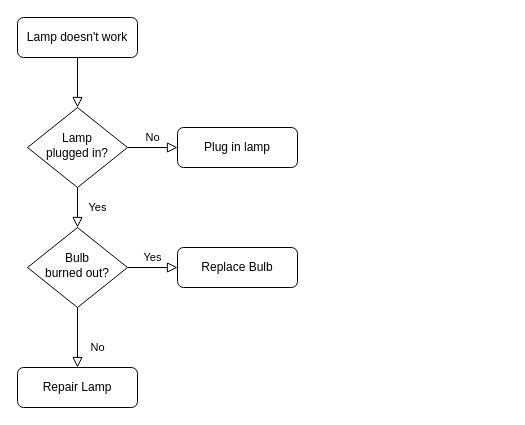
Above: 未命名绘图.drawio in huoguojun123/draw.io-achievement (draw.io), before the change. Source tidied: cells renumbered, new cells numbered last; positions are measured from the earlier drawing's top-left corner, leaving out a move shared by most shapes. Both pictures are drawn from the tidied source at 100%, with x=0, y=0 at pixel (17, 17).
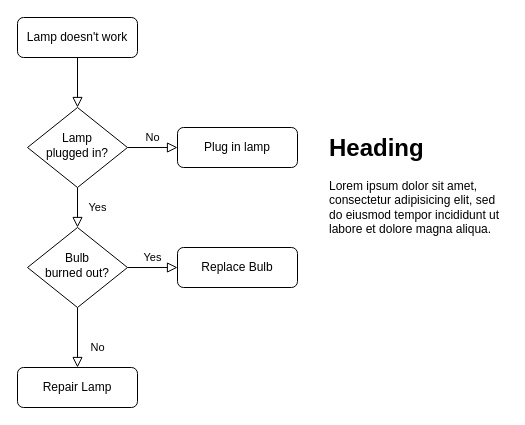
The same diagram, later.

Commit message:
更新未命名绘图.drawio

Diff of the diagram source:
```diff
@@
 <mxGraphModel>
   <root>
     <mxCell id="0" />
     <mxCell id="1" parent="0" />
     <mxCell id="2" style="rounded=0;html=1;jettySize=auto;fontSize=11;endArrow=block;endFill=0;endSize=8;strokeWidth=1;shadow=0;labelBackgroundColor=none;edgeStyle=orthogonalEdgeStyle;" parent="1" edge="1" source="3" target="6">
       <mxGeometry relative="1" as="geometry" />
     </mxCell>
     <mxCell id="3" value="Lamp doesn't work" style="rounded=1;whiteSpace=wrap;html=1;fontSize=12;glass=0;strokeWidth=1;shadow=0;" parent="1" vertex="1">
       <mxGeometry width="120" height="40" as="geometry" />
     </mxCell>
     <mxCell id="4" value="Yes" style="rounded=0;html=1;jettySize=auto;fontSize=11;endArrow=block;endFill=0;endSize=8;strokeWidth=1;shadow=0;labelBackgroundColor=none;edgeStyle=orthogonalEdgeStyle;" parent="1" edge="1" source="6" target="10">
       <mxGeometry y="20" relative="1" as="geometry" />
     </mxCell>
     <mxCell id="5" value="No" style="edgeStyle=orthogonalEdgeStyle;rounded=0;html=1;jettySize=auto;fontSize=11;endArrow=block;endFill=0;endSize=8;strokeWidth=1;shadow=0;labelBackgroundColor=none;" parent="1" edge="1" source="6" target="7">
       <mxGeometry y="10" relative="1" as="geometry" />
     </mxCell>
     <mxCell id="6" value="Lamp&lt;br&gt;plugged in?" style="rhombus;whiteSpace=wrap;html=1;shadow=0;fontFamily=Helvetica;fontSize=12;align=center;strokeWidth=1;spacing=6;spacingTop=-4;" parent="1" vertex="1">
       <mxGeometry x="10" y="90" width="100" height="80" as="geometry" />
     </mxCell>
     <mxCell id="7" value="Plug in lamp" style="rounded=1;whiteSpace=wrap;html=1;fontSize=12;glass=0;strokeWidth=1;shadow=0;" parent="1" vertex="1">
       <mxGeometry x="160" y="110" width="120" height="40" as="geometry" />
     </mxCell>
     <mxCell id="8" value="No" style="rounded=0;html=1;jettySize=auto;fontSize=11;endArrow=block;endFill=0;endSize=8;strokeWidth=1;shadow=0;labelBackgroundColor=none;edgeStyle=orthogonalEdgeStyle;" parent="1" edge="1" source="10" target="11">
       <mxGeometry x="0.33" y="20" relative="1" as="geometry" />
     </mxCell>
     <mxCell id="9" value="Yes" style="edgeStyle=orthogonalEdgeStyle;rounded=0;html=1;jettySize=auto;fontSize=11;endArrow=block;endFill=0;endSize=8;strokeWidth=1;shadow=0;labelBackgroundColor=none;" parent="1" edge="1" source="10" target="12">
       <mxGeometry y="10" relative="1" as="geometry" />
     </mxCell>
     <mxCell id="10" value="Bulb&lt;br&gt;burned out?" style="rhombus;whiteSpace=wrap;html=1;shadow=0;fontFamily=Helvetica;fontSize=12;align=center;strokeWidth=1;spacing=6;spacingTop=-4;" parent="1" vertex="1">
       <mxGeometry x="10" y="210" width="100" height="80" as="geometry" />
     </mxCell>
     <mxCell id="11" value="Repair Lamp" style="rounded=1;whiteSpace=wrap;html=1;fontSize=12;glass=0;strokeWidth=1;shadow=0;" parent="1" vertex="1">
       <mxGeometry y="350" width="120" height="40" as="geometry" />
     </mxCell>
     <mxCell id="12" value="Replace Bulb" style="rounded=1;whiteSpace=wrap;html=1;fontSize=12;glass=0;strokeWidth=1;shadow=0;" parent="1" vertex="1">
       <mxGeometry x="160" y="230" width="120" height="40" as="geometry" />
     </mxCell>
+    <mxCell id="13" value="&lt;h1 style=&quot;margin-top: 0px;&quot;&gt;Heading&lt;/h1&gt;&lt;p&gt;Lorem ipsum dolor sit amet, consectetur adipisicing elit, sed do eiusmod tempor incididunt ut labore et dolore magna aliqua.&lt;/p&gt;" style="text;html=1;whiteSpace=wrap;overflow=hidden;rounded=0;" parent="1" vertex="1">
+      <mxGeometry x="310" y="110" width="180" height="120" as="geometry" />
+    </mxCell>
   </root>
 </mxGraphModel>
```
